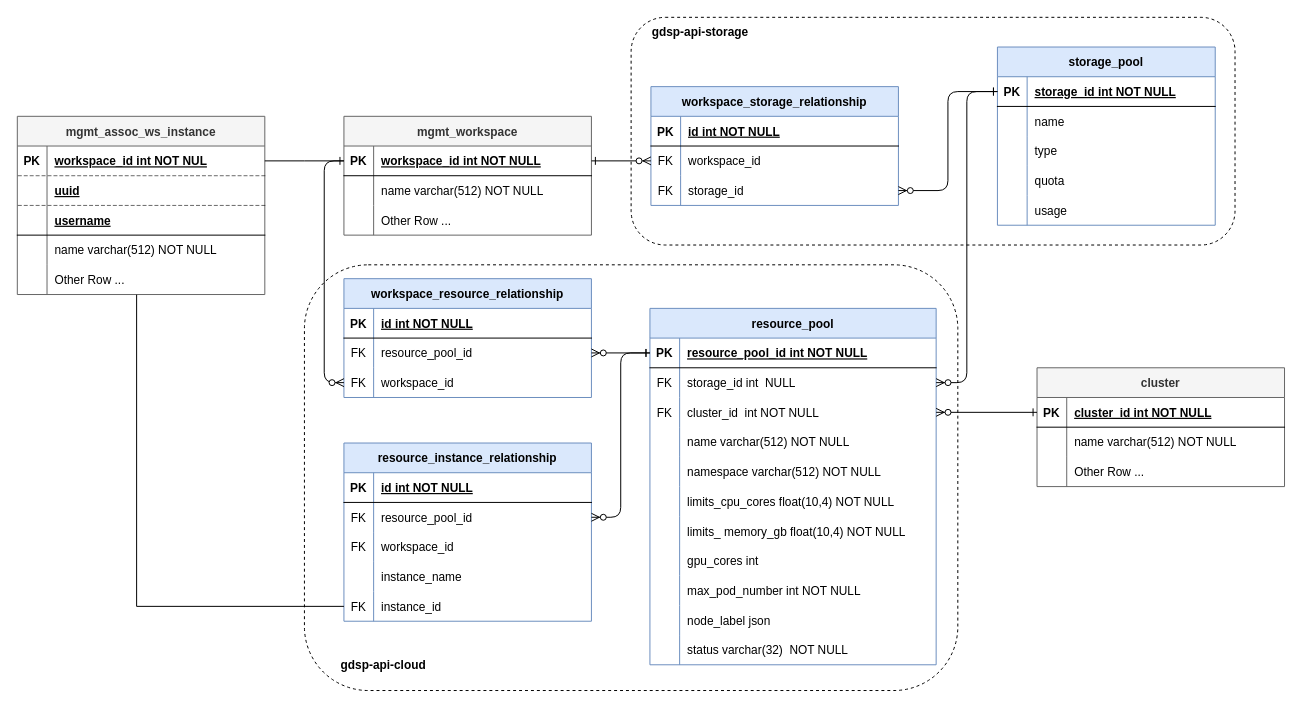
The draw.io diagram page "Page-9" (9 of 9) of Resource_Pool2.drawio in LiuJin1203/graph, before the edit. Source tidied: cells renumbered, new cells numbered last; positions are measured from the earlier drawing's top-left corner, leaving out a move shared by most shapes. Both pictures are drawn from the tidied source at 99%, with x=0, y=0 at pixel (17, 17).
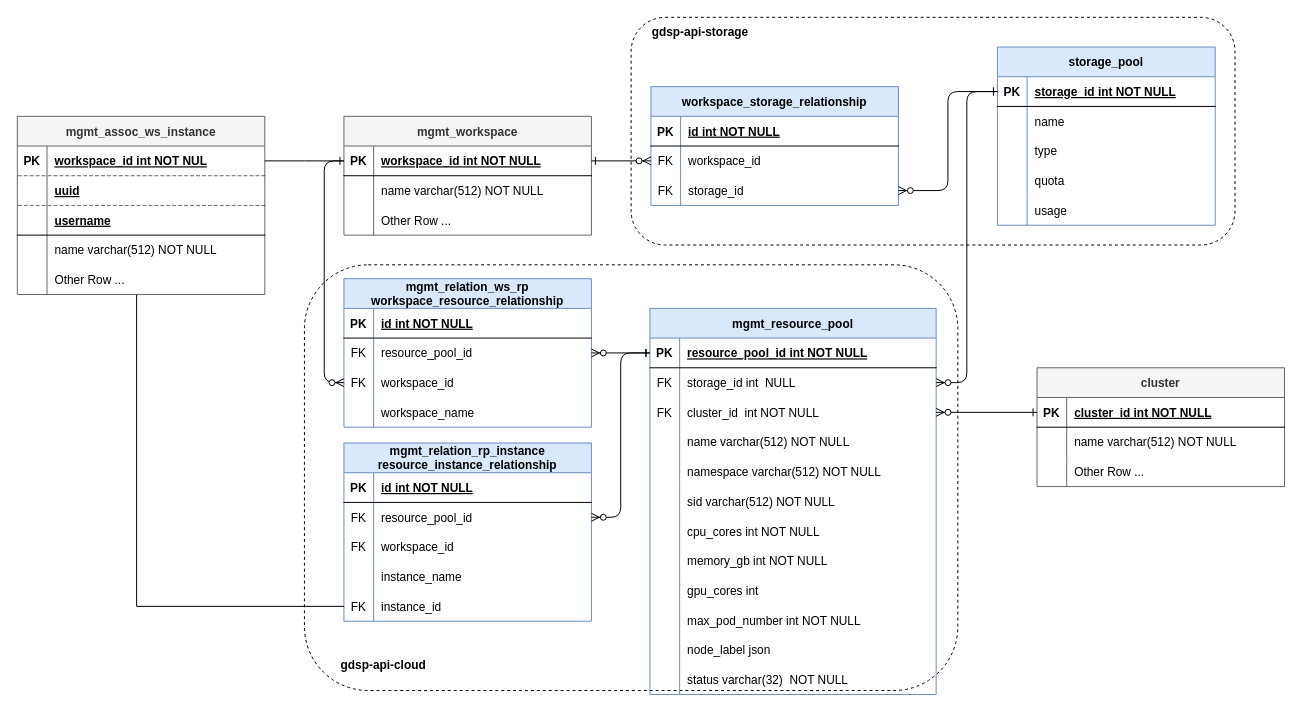
The same diagram, later.

Diff of the diagram source:
```diff
@@
-    <mxCell id="4" value="resource_pool" style="shape=table;startSize=30;childLayout=tableLayout;rowLines=0;fontStyle=1;align=center;fillColor=#dae8fc;strokeColor=#6c8ebf;" parent="1" vertex="1">
-      <mxGeometry x="639" y="294" width="289.1" height="360" as="geometry" />
+    <mxCell id="4" value="mgmt_resource_pool" style="shape=table;startSize=30;childLayout=tableLayout;rowLines=0;fontStyle=1;align=center;fillColor=#dae8fc;strokeColor=#6c8ebf;" parent="1" vertex="1">
+      <mxGeometry x="639" y="294" width="289.1" height="390" as="geometry" />
     </mxCell>
@@
+    <mxCell id="137" style="shape=tableRow;horizontal=0;startSize=0;swimlaneHead=0;swimlaneBody=0;fillColor=none;top=0;left=0;right=0;bottom=0;dashed=1;fontSize=12;strokeColor=default;opacity=60;" parent="4" vertex="1">
+      <mxGeometry y="180" width="289.1" height="30" as="geometry" />
+    </mxCell>
+    <mxCell id="138" style="shape=partialRectangle;fillColor=none;top=0;left=0;bottom=0;right=0;overflow=hidden;dashed=1;fontSize=12;strokeColor=default;opacity=60;" parent="137" vertex="1">
+      <mxGeometry width="30" height="30" as="geometry" />
+    </mxCell>
+    <mxCell id="139" value="sid varchar(512) NOT NULL" style="shape=partialRectangle;fillColor=none;top=0;left=0;bottom=0;right=0;align=left;spacingLeft=6;overflow=hidden;dashed=1;fontSize=12;strokeColor=default;opacity=60;" parent="137" vertex="1">
+      <mxGeometry x="30" width="259.1" height="30" as="geometry" />
+    </mxCell>
     <mxCell id="20" style="shape=tableRow;horizontal=0;startSize=0;swimlaneHead=0;swimlaneBody=0;fillColor=none;top=0;left=0;right=0;bottom=0;" parent="4" vertex="1">
-      <mxGeometry y="180" width="289.1" height="30" as="geometry" />
+      <mxGeometry y="210" width="289.1" height="30" as="geometry" />
     </mxCell>
@@
-    <mxCell id="22" value="limits_cpu_cores float(10,4) NOT NULL" style="shape=partialRectangle;fillColor=none;top=0;left=0;bottom=0;right=0;align=left;spacingLeft=6;overflow=hidden;" parent="20" vertex="1">
+    <mxCell id="22" value="cpu_cores int NOT NULL" style="shape=partialRectangle;fillColor=none;top=0;left=0;bottom=0;right=0;align=left;spacingLeft=6;overflow=hidden;" parent="20" vertex="1">
       <mxGeometry x="30" width="259.1" height="30" as="geometry" />
     </mxCell>
     <mxCell id="23" style="shape=tableRow;horizontal=0;startSize=0;swimlaneHead=0;swimlaneBody=0;fillColor=none;top=0;left=0;right=0;bottom=0;" parent="4" vertex="1">
-      <mxGeometry y="210" width="289.1" height="30" as="geometry" />
+      <mxGeometry y="240" width="289.1" height="30" as="geometry" />
     </mxCell>
@@
-    <mxCell id="25" value="limits_ memory_gb float(10,4) NOT NULL" style="shape=partialRectangle;fillColor=none;top=0;left=0;bottom=0;right=0;align=left;spacingLeft=6;overflow=hidden;" parent="23" vertex="1">
+    <mxCell id="25" value="memory_gb int NOT NULL" style="shape=partialRectangle;fillColor=none;top=0;left=0;bottom=0;right=0;align=left;spacingLeft=6;overflow=hidden;" parent="23" vertex="1">
       <mxGeometry x="30" width="259.1" height="30" as="geometry" />
     </mxCell>
     <mxCell id="26" style="shape=tableRow;horizontal=0;startSize=0;swimlaneHead=0;swimlaneBody=0;fillColor=none;top=0;left=0;right=0;bottom=0;" parent="4" vertex="1">
-      <mxGeometry y="240" width="289.1" height="30" as="geometry" />
+      <mxGeometry y="270" width="289.1" height="30" as="geometry" />
     </mxCell>
@@
     <mxCell id="29" style="shape=tableRow;horizontal=0;startSize=0;swimlaneHead=0;swimlaneBody=0;fillColor=none;top=0;left=0;right=0;bottom=0;fontSize=12;strokeWidth=1;" parent="4" vertex="1">
-      <mxGeometry y="270" width="289.1" height="30" as="geometry" />
+      <mxGeometry y="300" width="289.1" height="30" as="geometry" />
     </mxCell>
@@
     <mxCell id="32" style="shape=tableRow;horizontal=0;startSize=0;swimlaneHead=0;swimlaneBody=0;fillColor=none;top=0;left=0;right=0;bottom=0;fontSize=12;strokeWidth=1;" parent="4" vertex="1">
-      <mxGeometry y="300" width="289.1" height="30" as="geometry" />
+      <mxGeometry y="330" width="289.1" height="30" as="geometry" />
     </mxCell>
@@
     <mxCell id="35" style="shape=tableRow;horizontal=0;startSize=0;swimlaneHead=0;swimlaneBody=0;fillColor=none;top=0;left=0;right=0;bottom=0;dashed=1;strokeColor=#000000;" parent="4" vertex="1">
-      <mxGeometry y="330" width="289.1" height="30" as="geometry" />
+      <mxGeometry y="360" width="289.1" height="30" as="geometry" />
     </mxCell>
@@
-    <mxCell id="74" value="workspace_resource_relationship" style="shape=table;startSize=30;childLayout=tableLayout;rowLines=0;fontStyle=1;align=center;fillColor=#dae8fc;strokeColor=#6c8ebf;" parent="1" vertex="1">
-      <mxGeometry x="329.9" y="264" width="250" height="120" as="geometry" />
+    <mxCell id="74" value="mgmt_relation_ws_rp&#10;workspace_resource_relationship" style="shape=table;startSize=30;childLayout=tableLayout;rowLines=0;fontStyle=1;align=center;fillColor=#dae8fc;strokeColor=#6c8ebf;" parent="1" vertex="1">
+      <mxGeometry x="329.9" y="264" width="250" height="150" as="geometry" />
     </mxCell>
@@
+    <mxCell id="140" style="shape=tableRow;horizontal=0;startSize=0;swimlaneHead=0;swimlaneBody=0;fillColor=none;top=0;left=0;right=0;bottom=0;dashed=1;fontSize=12;strokeColor=default;opacity=60;" parent="74" vertex="1">
+      <mxGeometry y="120" width="250" height="30" as="geometry" />
+    </mxCell>
+    <mxCell id="141" style="shape=partialRectangle;fillColor=none;top=0;left=0;bottom=0;right=0;overflow=hidden;dashed=1;fontSize=12;strokeColor=default;opacity=60;" parent="140" vertex="1">
+      <mxGeometry width="30" height="30" as="geometry" />
+    </mxCell>
+    <mxCell id="142" value="workspace_name" style="shape=partialRectangle;fillColor=none;top=0;left=0;bottom=0;right=0;align=left;spacingLeft=6;overflow=hidden;dashed=1;fontSize=12;strokeColor=default;opacity=60;" parent="140" vertex="1">
+      <mxGeometry x="30" width="220" height="30" as="geometry" />
+    </mxCell>
@@
-    <mxCell id="101" value="resource_instance_relationship" style="shape=table;startSize=30;childLayout=tableLayout;rowLines=0;fontStyle=1;align=center;fillColor=#dae8fc;strokeColor=#6c8ebf;" parent="1" vertex="1">
+    <mxCell id="101" value="mgmt_relation_rp_instance&#10;resource_instance_relationship" style="shape=table;startSize=30;childLayout=tableLayout;rowLines=0;fontStyle=1;align=center;fillColor=#dae8fc;strokeColor=#6c8ebf;" parent="1" vertex="1">
       <mxGeometry x="329.9" y="430" width="250" height="180" as="geometry" />
     </mxCell>
```
